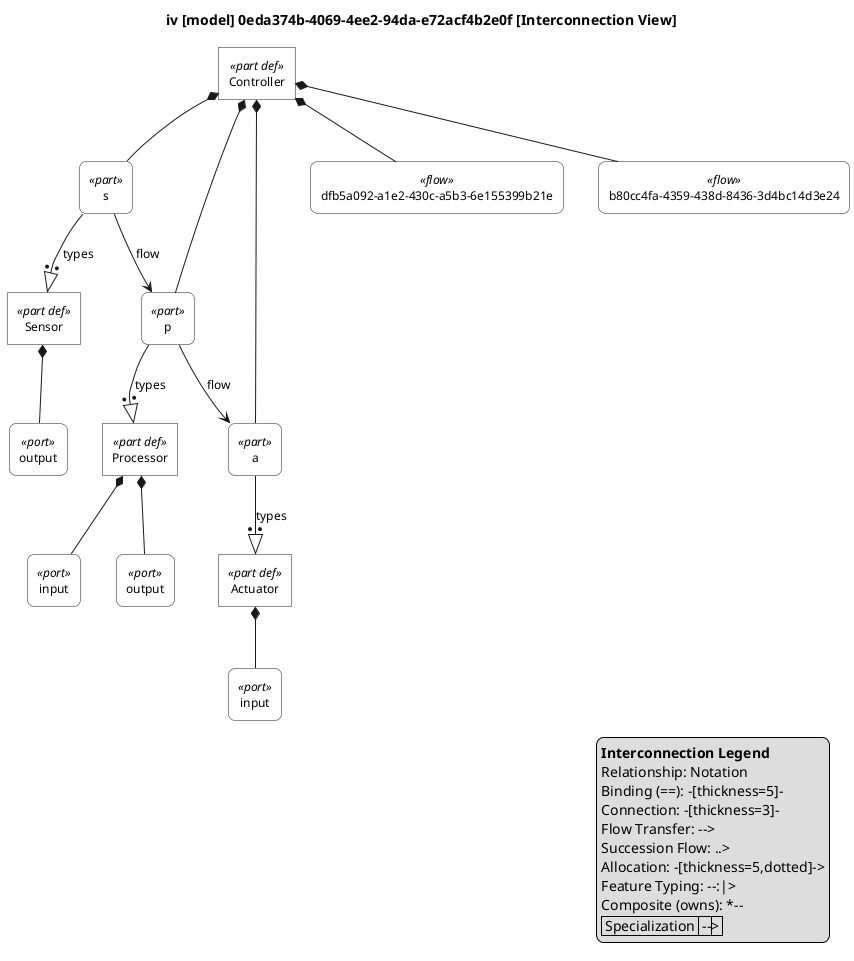
Before: docs/plantuml-examples/06-interconnection.png, a diagram exported from PlantUML (mycr0ft/sysml2py). Source of this version:
```plantuml
@startuml

skinparam monochrome true
skinparam wrapWidth 300
skinparam defaultFontSize 12
skinparam defaultFontName Helvetica

skinparam rectangle<<part def>> {
    RoundCorner 0
    BackgroundColor white
}
skinparam rectangle<<part>> {
    RoundCorner 15
    BackgroundColor white
}
skinparam rectangle<<port def>> {
    RoundCorner 0
    BackgroundColor white
}
skinparam rectangle<<port>> {
    RoundCorner 15
    BackgroundColor white
}
skinparam rectangle<<interface def>> {
    RoundCorner 0
    BackgroundColor white
}
skinparam rectangle<<interface>> {
    RoundCorner 15
    BackgroundColor white
}
skinparam rectangle<<item def>> {
    RoundCorner 0
    BackgroundColor white
}
skinparam rectangle<<item>> {
    RoundCorner 15
    BackgroundColor white
}
skinparam rectangle<<attribute def>> {
    RoundCorner 0
    BackgroundColor white
}
skinparam rectangle<<attribute>> {
    RoundCorner 15
    BackgroundColor white
}
skinparam rectangle<<connection def>> {
    RoundCorner 0
    BackgroundColor white
}
skinparam rectangle<<connection>> {
    RoundCorner 15
    BackgroundColor white
}
skinparam rectangle<<flow def>> {
    RoundCorner 0
    BackgroundColor white
}
skinparam rectangle<<flow>> {
    RoundCorner 15
    BackgroundColor white
}

top to bottom direction

title iv [model] 0eda374b-4069-4ee2-94da-e72acf4b2e0f [Interconnection View]

hide circle

rectangle "Sensor" as E1 <<part def>>
rectangle "output" as E2 <<port>>
rectangle "Processor" as E3 <<part def>>
rectangle "input" as E4 <<port>>
rectangle "output" as E5 <<port>>
rectangle "Actuator" as E6 <<part def>>
rectangle "input" as E7 <<port>>
rectangle "Controller" as E8 <<part def>>
rectangle "s" as E9 <<part>>
rectangle "p" as E10 <<part>>
rectangle "a" as E11 <<part>>
rectangle "dfb5a092-a1e2-430c-a5b3-6e155399b21e" as E12 <<flow>>
rectangle "b80cc4fa-4359-438d-8436-3d4bc14d3e24" as E13 <<flow>>

E1 *-- E2
E3 *-- E4
E3 *-- E5
E6 *-- E7
E8 *-- E9
E9 --:|> E1 : types
E8 *-- E10
E10 --:|> E3 : types
E8 *-- E11
E11 --:|> E6 : types
E8 *-- E12
E8 *-- E13

E9 --> E10 : flow
E10 --> E11 : flow

legend right
  <b>Interconnection Legend</b>
  Relationship: Notation
  Binding (==): -[thickness=5]-
  Connection: -[thickness=3]-
  Flow Transfer: -->
  Succession Flow: ..>
  Allocation: -[thickness=5,dotted]->
  Feature Typing: --:|>
  Composite (owns): *--
  | Specialization | --|> |
endlegend

@enduml
```
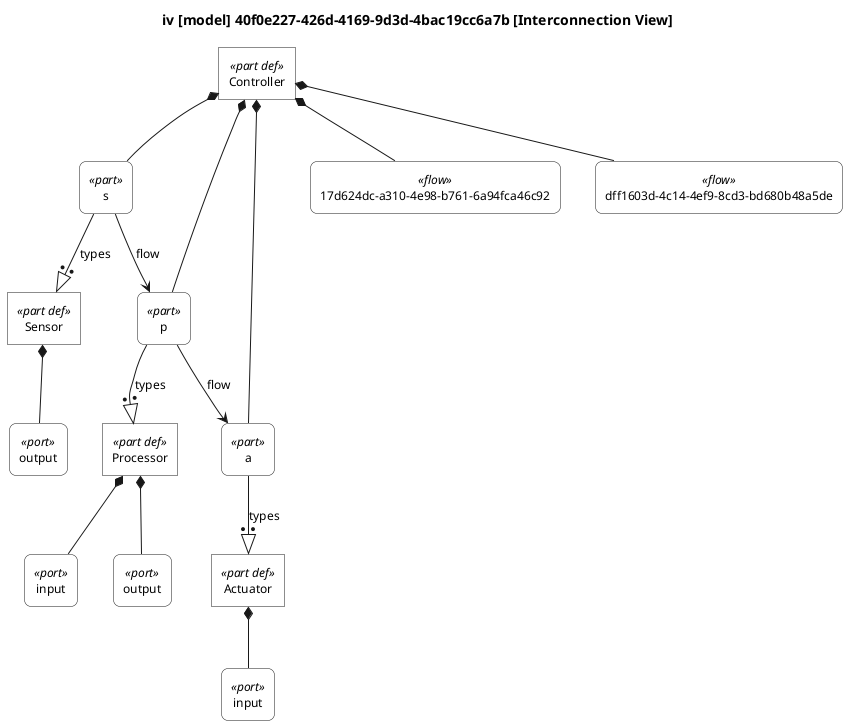
The same diagram one commit later.

What changed in the source:
```diff
@@ -64,7 +64,7 @@
 
 top to bottom direction
 
-title iv [model] 0eda374b-4069-4ee2-94da-e72acf4b2e0f [Interconnection View]
+title iv [model] 40f0e227-426d-4169-9d3d-4bac19cc6a7b [Interconnection View]
 
 hide circle
 
@@ -79,8 +79,8 @@
 rectangle "s" as E9 <<part>>
 rectangle "p" as E10 <<part>>
 rectangle "a" as E11 <<part>>
-rectangle "dfb5a092-a1e2-430c-a5b3-6e155399b21e" as E12 <<flow>>
-rectangle "b80cc4fa-4359-438d-8436-3d4bc14d3e24" as E13 <<flow>>
+rectangle "17d624dc-a310-4e98-b761-6a94fca46c92" as E12 <<flow>>
+rectangle "dff1603d-4c14-4ef9-8cd3-bd680b48a5de" as E13 <<flow>>
 
 E1 *-- E2
 E3 *-- E4
@@ -98,17 +98,4 @@
 E9 --> E10 : flow
 E10 --> E11 : flow
 
-legend right
-  <b>Interconnection Legend</b>
-  Relationship: Notation
-  Binding (==): -[thickness=5]-
-  Connection: -[thickness=3]-
-  Flow Transfer: -->
-  Succession Flow: ..>
-  Allocation: -[thickness=5,dotted]->
-  Feature Typing: --:|>
-  Composite (owns): *--
-  | Specialization | --|> |
-endlegend
-
 @enduml
```
